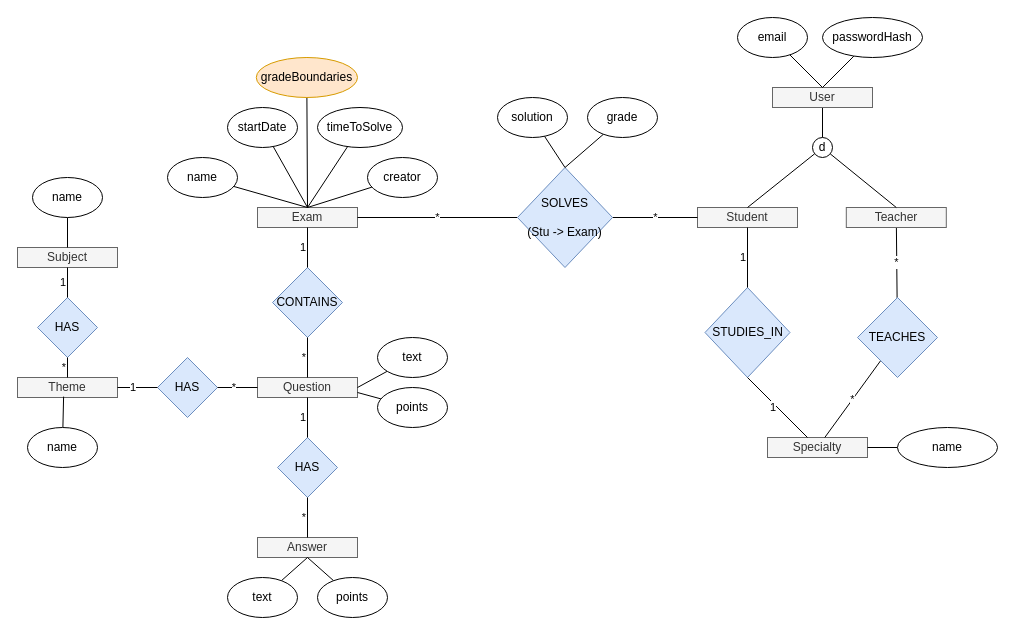
Earlier version of the draw.io diagram docs/natfa-eer-diagram.drawio (natfa/examicutor). Source tidied: cells renumbered, new cells numbered last; positions are measured from the earlier drawing's top-left corner, leaving out a move shared by most shapes. Both pictures are drawn from the tidied source at 100%, with x=0, y=0 at pixel (17, 17).
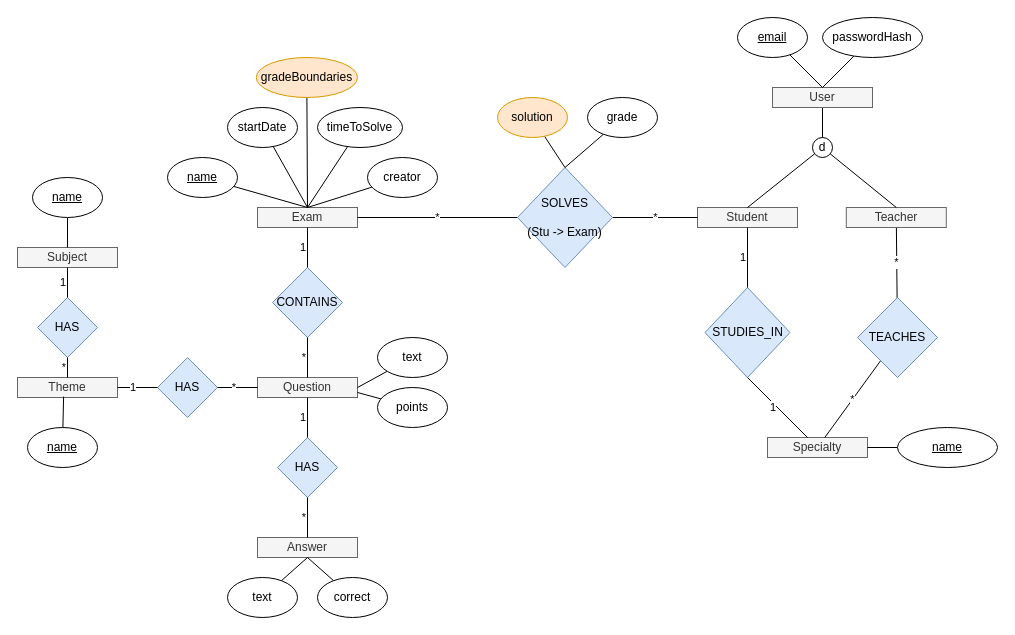
The same diagram, later.

Commit message:
Update EER diagram

The edit, as a diff of the source:
```diff
@@
-    <mxCell id="28" value="&lt;div&gt;name&lt;/div&gt;" style="ellipse;whiteSpace=wrap;html=1;" parent="1" vertex="1">
+    <mxCell id="28" value="&lt;div&gt;name&lt;/div&gt;" style="ellipse;whiteSpace=wrap;html=1;fontStyle=4;" parent="1" vertex="1">
       <mxGeometry x="15" y="160" width="70" height="40" as="geometry" />
     </mxCell>
@@
-    <mxCell id="30" value="&lt;div&gt;name&lt;/div&gt;" style="ellipse;whiteSpace=wrap;html=1;" parent="1" vertex="1">
+    <mxCell id="30" value="&lt;div&gt;name&lt;/div&gt;" style="ellipse;whiteSpace=wrap;html=1;fontStyle=4;" parent="1" vertex="1">
       <mxGeometry x="10" y="410" width="70" height="40" as="geometry" />
     </mxCell>
@@
-    <mxCell id="36" value="name" style="ellipse;whiteSpace=wrap;html=1;" parent="1" vertex="1">
+    <mxCell id="36" value="name" style="ellipse;whiteSpace=wrap;html=1;fontStyle=4;" parent="1" vertex="1">
       <mxGeometry x="150" y="140" width="70" height="40" as="geometry" />
     </mxCell>
@@
-    <mxCell id="40" value="points" style="ellipse;whiteSpace=wrap;html=1;" parent="1" vertex="1">
+    <mxCell id="40" value="correct" style="ellipse;whiteSpace=wrap;html=1;" parent="1" vertex="1">
       <mxGeometry x="300" y="560" width="70" height="40" as="geometry" />
     </mxCell>
@@
-    <mxCell id="50" value="name" style="ellipse;whiteSpace=wrap;html=1;" parent="1" vertex="1">
+    <mxCell id="50" value="name" style="ellipse;whiteSpace=wrap;html=1;fontStyle=4;" parent="1" vertex="1">
       <mxGeometry x="880" y="410" width="100" height="40" as="geometry" />
     </mxCell>
@@
-    <mxCell id="57" value="solution" style="ellipse;whiteSpace=wrap;html=1;" parent="1" vertex="1">
+    <mxCell id="57" value="solution" style="ellipse;whiteSpace=wrap;html=1;fillColor=#ffe6cc;strokeColor=#d79b00;" parent="1" vertex="1">
       <mxGeometry x="480" y="80" width="70" height="40" as="geometry" />
     </mxCell>
@@
-    <mxCell id="63" value="email" style="ellipse;whiteSpace=wrap;html=1;" parent="1" vertex="1">
+    <mxCell id="63" value="email" style="ellipse;whiteSpace=wrap;html=1;fontStyle=4;" parent="1" vertex="1">
       <mxGeometry x="720" width="70" height="40" as="geometry" />
     </mxCell>
```
